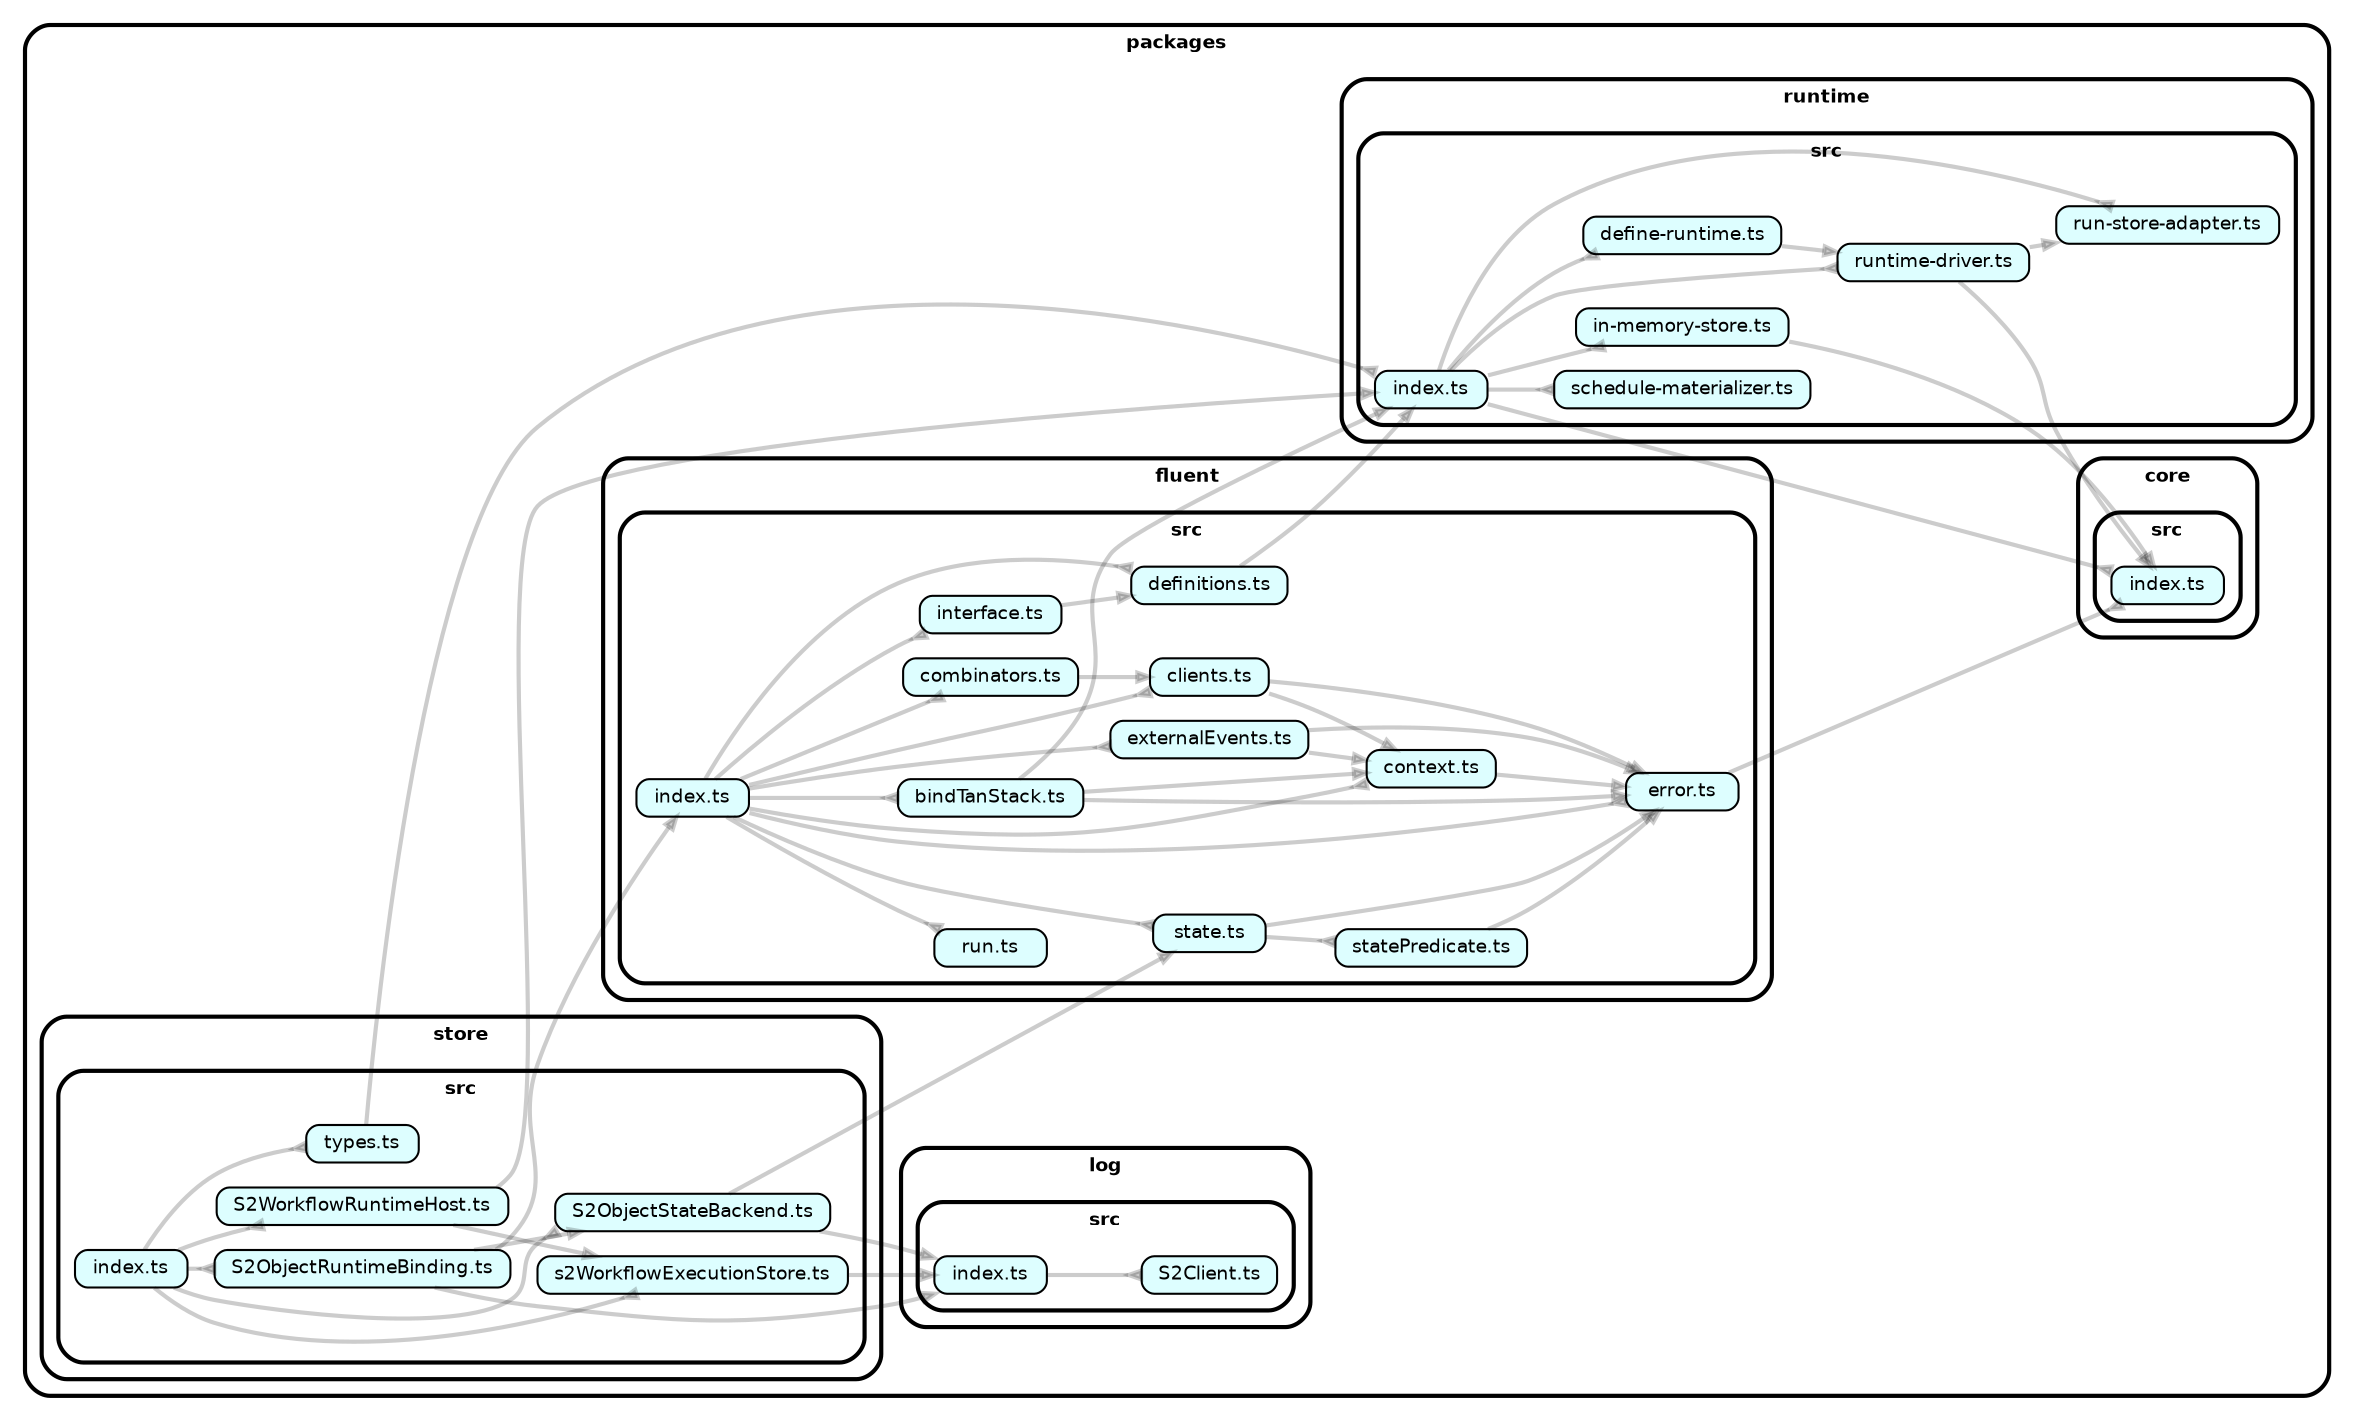
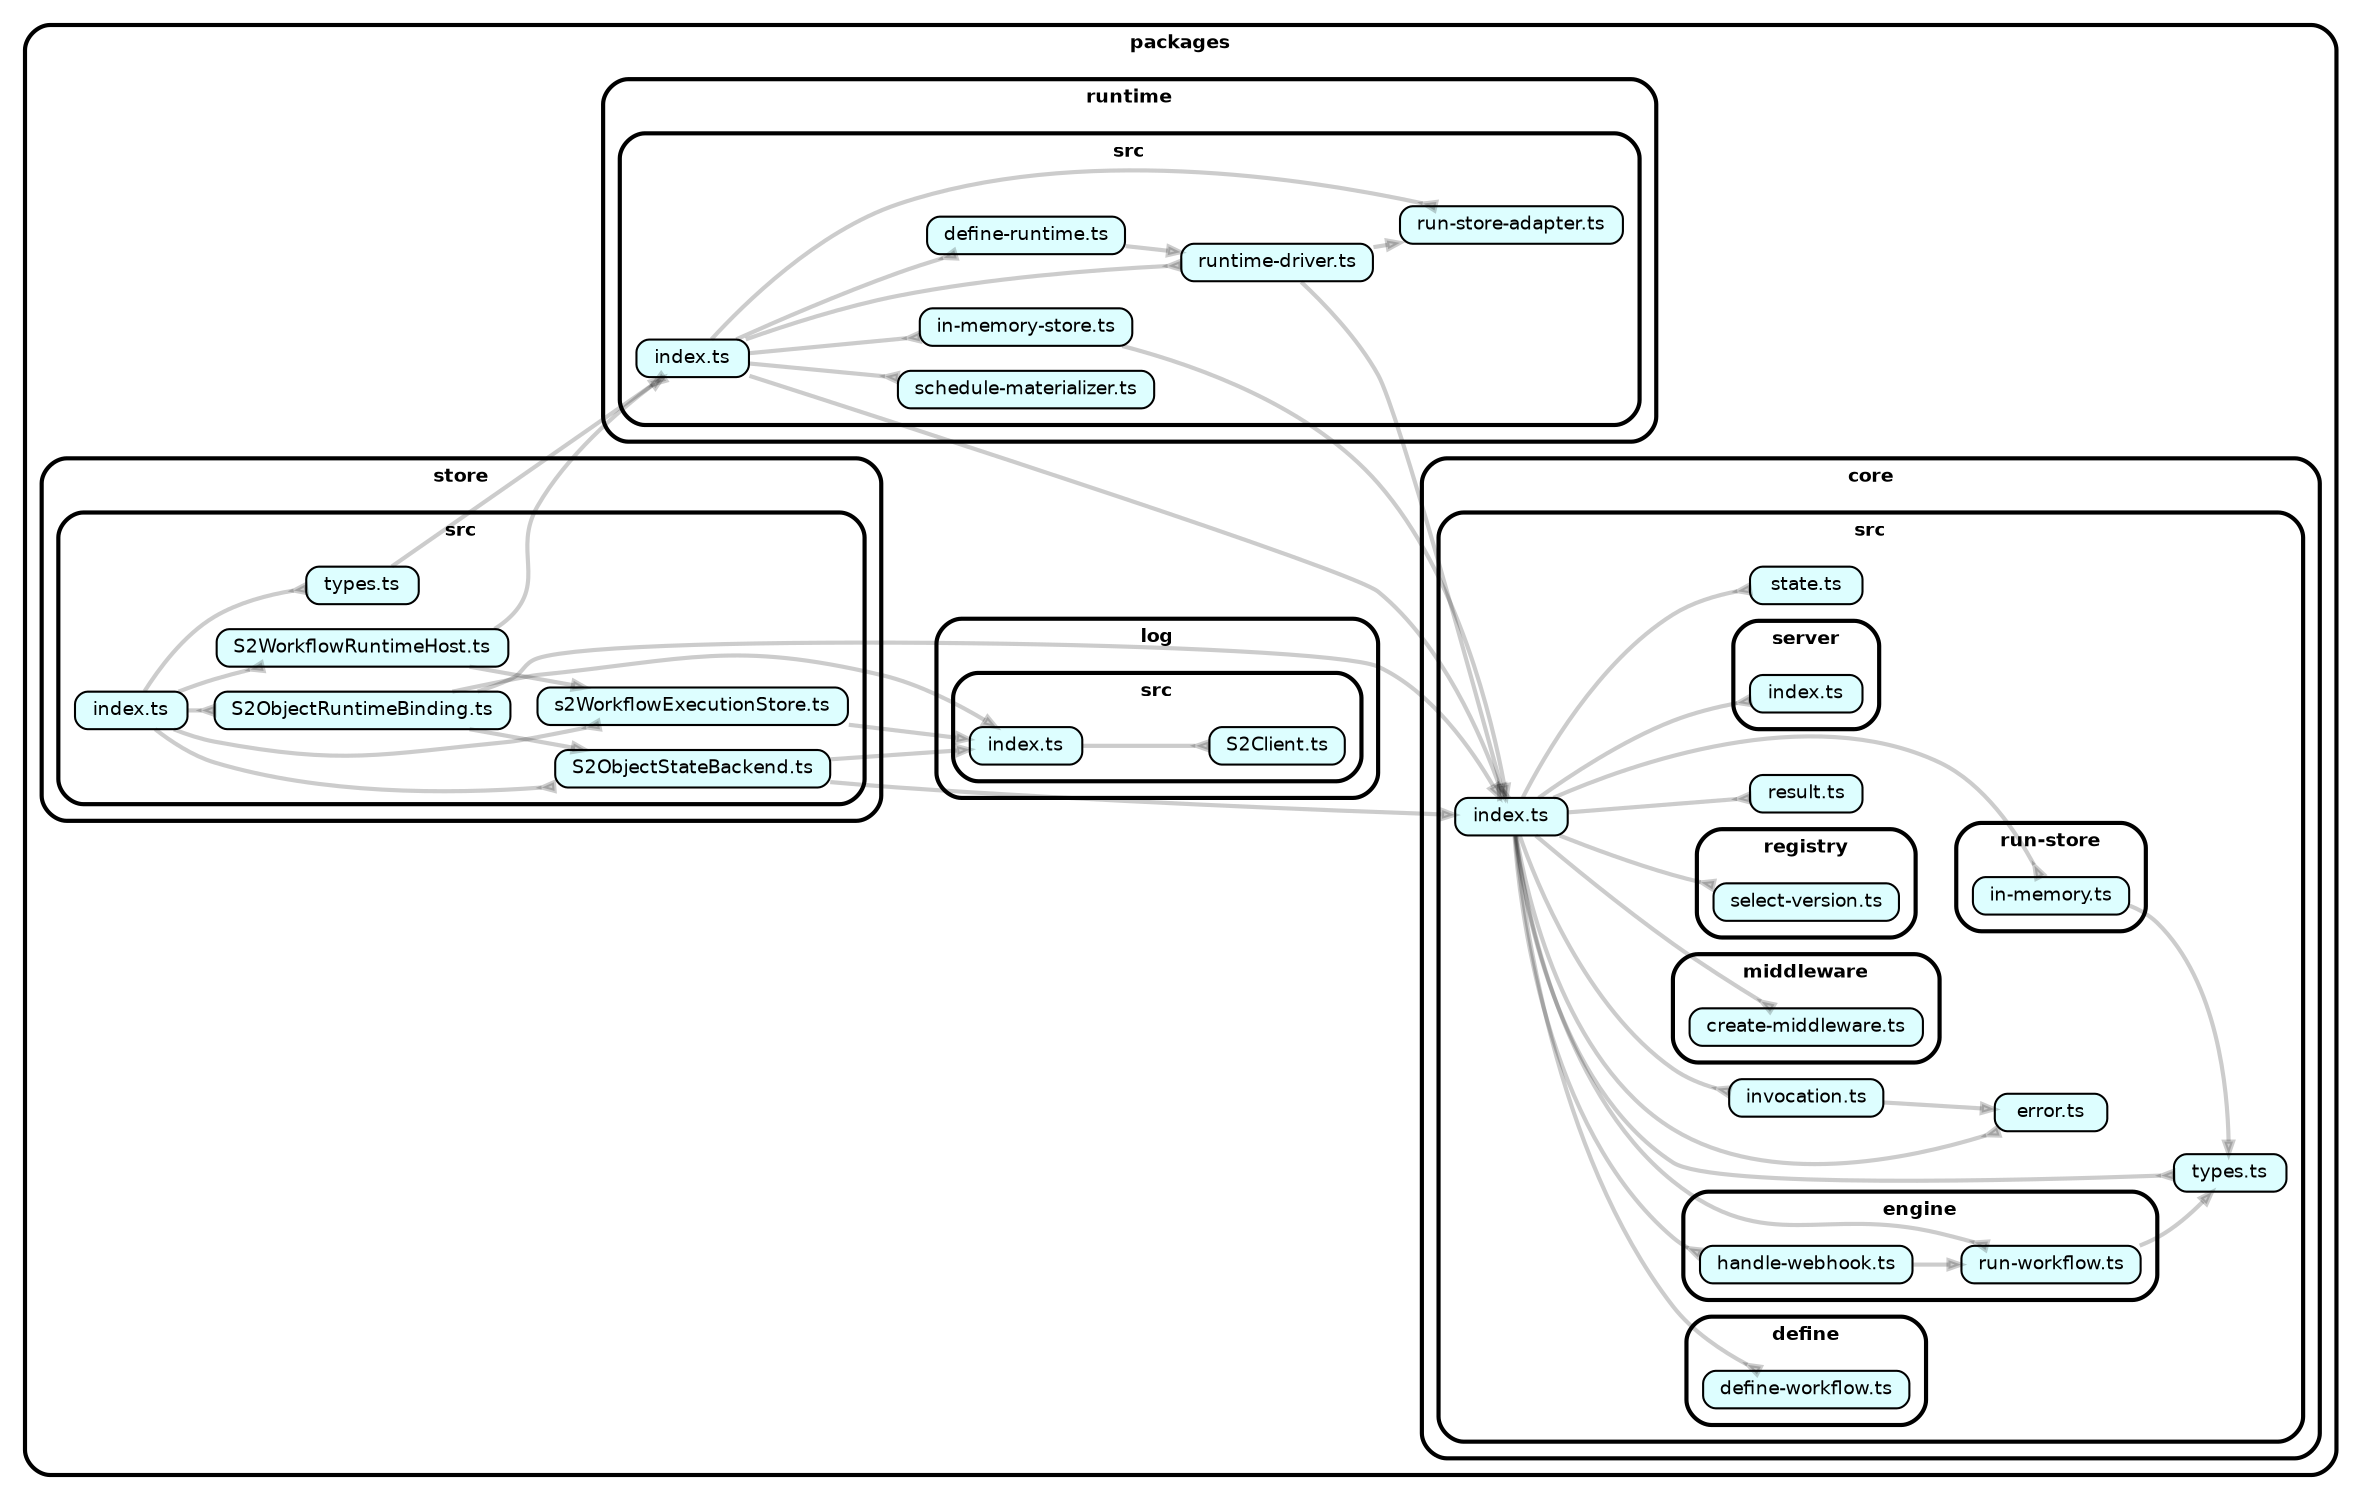
strict digraph "dependency-cruiser output"{
    rankdir="LR" splines="true" overlap="false" nodesep="0.16" ranksep="0.18" fontname="Helvetica-bold" fontsize="9" style="rounded,bold,filled" fillcolor="#ffffff" compound="true"
    node [shape="box" style="rounded, filled" height="0.2" color="black" fillcolor="#ffffcc" fontcolor="black" fontname="Helvetica" fontsize="9"]
    edge [arrowhead="normal" arrowsize="0.6" penwidth="2.0" color="#00000033" fontname="Helvetica" fontsize="9"]

+     subgraph "cluster_packages" {label="packages" subgraph "cluster_packages/core" {label="core" subgraph "cluster_packages/core/src" {label="src" subgraph "cluster_packages/core/src/define" {label="define" "packages/core/src/define/define-workflow.ts" [label=<define-workflow.ts> tooltip="define-workflow.ts" URL="packages/core/src/define/define-workflow.ts" fillcolor="#ddfeff"] } } } }
+     subgraph "cluster_packages" {label="packages" subgraph "cluster_packages/core" {label="core" subgraph "cluster_packages/core/src" {label="src" subgraph "cluster_packages/core/src/engine" {label="engine" "packages/core/src/engine/handle-webhook.ts" [label=<handle-webhook.ts> tooltip="handle-webhook.ts" URL="packages/core/src/engine/handle-webhook.ts" fillcolor="#ddfeff"] } } } }
+     "packages/core/src/engine/handle-webhook.ts" -> "packages/core/src/engine/run-workflow.ts"
+     subgraph "cluster_packages" {label="packages" subgraph "cluster_packages/core" {label="core" subgraph "cluster_packages/core/src" {label="src" subgraph "cluster_packages/core/src/engine" {label="engine" "packages/core/src/engine/run-workflow.ts" [label=<run-workflow.ts> tooltip="run-workflow.ts" URL="packages/core/src/engine/run-workflow.ts" fillcolor="#ddfeff"] } } } }
+     "packages/core/src/engine/run-workflow.ts" -> "packages/core/src/types.ts"
+     subgraph "cluster_packages" {label="packages" subgraph "cluster_packages/core" {label="core" subgraph "cluster_packages/core/src" {label="src" "packages/core/src/error.ts" [label=<error.ts> tooltip="error.ts" URL="packages/core/src/error.ts" fillcolor="#ddfeff"] } } }
    subgraph "cluster_packages" {label="packages" subgraph "cluster_packages/core" {label="core" subgraph "cluster_packages/core/src" {label="src" "packages/core/src/index.ts" [label=<index.ts> tooltip="index.ts" URL="packages/core/src/index.ts" fillcolor="#ddfeff"] } } }
-     subgraph "cluster_packages" {label="packages" subgraph "cluster_packages/fluent" {label="fluent" subgraph "cluster_packages/fluent/src" {label="src" "packages/fluent/src/bindTanStack.ts" [label=<bindTanStack.ts> tooltip="bindTanStack.ts" URL="packages/fluent/src/bindTanStack.ts" fillcolor="#ddfeff"] } } }
-     "packages/fluent/src/bindTanStack.ts" -> "packages/fluent/src/context.ts"
-     "packages/fluent/src/bindTanStack.ts" -> "packages/fluent/src/error.ts"
-     "packages/fluent/src/bindTanStack.ts" -> "packages/runtime/src/index.ts"
-     subgraph "cluster_packages" {label="packages" subgraph "cluster_packages/fluent" {label="fluent" subgraph "cluster_packages/fluent/src" {label="src" "packages/fluent/src/clients.ts" [label=<clients.ts> tooltip="clients.ts" URL="packages/fluent/src/clients.ts" fillcolor="#ddfeff"] } } }
-     "packages/fluent/src/clients.ts" -> "packages/fluent/src/context.ts"
-     "packages/fluent/src/clients.ts" -> "packages/fluent/src/error.ts"
-     subgraph "cluster_packages" {label="packages" subgraph "cluster_packages/fluent" {label="fluent" subgraph "cluster_packages/fluent/src" {label="src" "packages/fluent/src/combinators.ts" [label=<combinators.ts> tooltip="combinators.ts" URL="packages/fluent/src/combinators.ts" fillcolor="#ddfeff"] } } }
-     "packages/fluent/src/combinators.ts" -> "packages/fluent/src/clients.ts"
-     subgraph "cluster_packages" {label="packages" subgraph "cluster_packages/fluent" {label="fluent" subgraph "cluster_packages/fluent/src" {label="src" "packages/fluent/src/context.ts" [label=<context.ts> tooltip="context.ts" URL="packages/fluent/src/context.ts" fillcolor="#ddfeff"] } } }
-     "packages/fluent/src/context.ts" -> "packages/fluent/src/error.ts"
-     subgraph "cluster_packages" {label="packages" subgraph "cluster_packages/fluent" {label="fluent" subgraph "cluster_packages/fluent/src" {label="src" "packages/fluent/src/definitions.ts" [label=<definitions.ts> tooltip="definitions.ts" URL="packages/fluent/src/definitions.ts" fillcolor="#ddfeff"] } } }
-     "packages/fluent/src/definitions.ts" -> "packages/runtime/src/index.ts"
-     subgraph "cluster_packages" {label="packages" subgraph "cluster_packages/fluent" {label="fluent" subgraph "cluster_packages/fluent/src" {label="src" "packages/fluent/src/error.ts" [label=<error.ts> tooltip="error.ts" URL="packages/fluent/src/error.ts" fillcolor="#ddfeff"] } } }
-     "packages/fluent/src/error.ts" -> "packages/core/src/index.ts" [arrowhead="inv"]
-     subgraph "cluster_packages" {label="packages" subgraph "cluster_packages/fluent" {label="fluent" subgraph "cluster_packages/fluent/src" {label="src" "packages/fluent/src/externalEvents.ts" [label=<externalEvents.ts> tooltip="externalEvents.ts" URL="packages/fluent/src/externalEvents.ts" fillcolor="#ddfeff"] } } }
-     "packages/fluent/src/externalEvents.ts" -> "packages/fluent/src/context.ts"
-     "packages/fluent/src/externalEvents.ts" -> "packages/fluent/src/error.ts"
-     subgraph "cluster_packages" {label="packages" subgraph "cluster_packages/fluent" {label="fluent" subgraph "cluster_packages/fluent/src" {label="src" "packages/fluent/src/index.ts" [label=<index.ts> tooltip="index.ts" URL="packages/fluent/src/index.ts" fillcolor="#ddfeff"] } } }
-     "packages/fluent/src/index.ts" -> "packages/fluent/src/bindTanStack.ts" [arrowhead="inv"]
-     "packages/fluent/src/index.ts" -> "packages/fluent/src/clients.ts" [arrowhead="inv"]
-     "packages/fluent/src/index.ts" -> "packages/fluent/src/combinators.ts" [arrowhead="inv"]
-     "packages/fluent/src/index.ts" -> "packages/fluent/src/context.ts" [arrowhead="inv"]
-     "packages/fluent/src/index.ts" -> "packages/fluent/src/definitions.ts" [arrowhead="inv"]
-     "packages/fluent/src/index.ts" -> "packages/fluent/src/error.ts" [arrowhead="inv"]
-     "packages/fluent/src/index.ts" -> "packages/fluent/src/externalEvents.ts" [arrowhead="inv"]
-     "packages/fluent/src/index.ts" -> "packages/fluent/src/interface.ts" [arrowhead="inv"]
-     "packages/fluent/src/index.ts" -> "packages/fluent/src/run.ts" [arrowhead="inv"]
-     "packages/fluent/src/index.ts" -> "packages/fluent/src/state.ts" [arrowhead="inv"]
-     subgraph "cluster_packages" {label="packages" subgraph "cluster_packages/fluent" {label="fluent" subgraph "cluster_packages/fluent/src" {label="src" "packages/fluent/src/interface.ts" [label=<interface.ts> tooltip="interface.ts" URL="packages/fluent/src/interface.ts" fillcolor="#ddfeff"] } } }
-     "packages/fluent/src/interface.ts" -> "packages/fluent/src/definitions.ts"
-     subgraph "cluster_packages" {label="packages" subgraph "cluster_packages/fluent" {label="fluent" subgraph "cluster_packages/fluent/src" {label="src" "packages/fluent/src/run.ts" [label=<run.ts> tooltip="run.ts" URL="packages/fluent/src/run.ts" fillcolor="#ddfeff"] } } }
-     subgraph "cluster_packages" {label="packages" subgraph "cluster_packages/fluent" {label="fluent" subgraph "cluster_packages/fluent/src" {label="src" "packages/fluent/src/state.ts" [label=<state.ts> tooltip="state.ts" URL="packages/fluent/src/state.ts" fillcolor="#ddfeff"] } } }
-     "packages/fluent/src/state.ts" -> "packages/fluent/src/error.ts"
-     "packages/fluent/src/state.ts" -> "packages/fluent/src/statePredicate.ts" [arrowhead="inv"]
-     subgraph "cluster_packages" {label="packages" subgraph "cluster_packages/fluent" {label="fluent" subgraph "cluster_packages/fluent/src" {label="src" "packages/fluent/src/statePredicate.ts" [label=<statePredicate.ts> tooltip="statePredicate.ts" URL="packages/fluent/src/statePredicate.ts" fillcolor="#ddfeff"] } } }
-     "packages/fluent/src/statePredicate.ts" -> "packages/fluent/src/error.ts"
+     "packages/core/src/index.ts" -> "packages/core/src/define/define-workflow.ts" [arrowhead="inv"]
+     "packages/core/src/index.ts" -> "packages/core/src/engine/handle-webhook.ts" [arrowhead="inv"]
+     "packages/core/src/index.ts" -> "packages/core/src/engine/run-workflow.ts" [arrowhead="inv"]
+     "packages/core/src/index.ts" -> "packages/core/src/error.ts" [arrowhead="inv"]
+     "packages/core/src/index.ts" -> "packages/core/src/invocation.ts" [arrowhead="inv"]
+     "packages/core/src/index.ts" -> "packages/core/src/middleware/create-middleware.ts" [arrowhead="inv"]
+     "packages/core/src/index.ts" -> "packages/core/src/registry/select-version.ts" [arrowhead="inv"]
+     "packages/core/src/index.ts" -> "packages/core/src/result.ts" [arrowhead="inv"]
+     "packages/core/src/index.ts" -> "packages/core/src/run-store/in-memory.ts" [arrowhead="inv"]
+     "packages/core/src/index.ts" -> "packages/core/src/server/index.ts" [arrowhead="inv"]
+     "packages/core/src/index.ts" -> "packages/core/src/state.ts" [arrowhead="inv"]
+     "packages/core/src/index.ts" -> "packages/core/src/types.ts" [arrowhead="inv"]
+     subgraph "cluster_packages" {label="packages" subgraph "cluster_packages/core" {label="core" subgraph "cluster_packages/core/src" {label="src" "packages/core/src/invocation.ts" [label=<invocation.ts> tooltip="invocation.ts" URL="packages/core/src/invocation.ts" fillcolor="#ddfeff"] } } }
+     "packages/core/src/invocation.ts" -> "packages/core/src/error.ts"
+     subgraph "cluster_packages" {label="packages" subgraph "cluster_packages/core" {label="core" subgraph "cluster_packages/core/src" {label="src" subgraph "cluster_packages/core/src/middleware" {label="middleware" "packages/core/src/middleware/create-middleware.ts" [label=<create-middleware.ts> tooltip="create-middleware.ts" URL="packages/core/src/middleware/create-middleware.ts" fillcolor="#ddfeff"] } } } }
+     subgraph "cluster_packages" {label="packages" subgraph "cluster_packages/core" {label="core" subgraph "cluster_packages/core/src" {label="src" subgraph "cluster_packages/core/src/registry" {label="registry" "packages/core/src/registry/select-version.ts" [label=<select-version.ts> tooltip="select-version.ts" URL="packages/core/src/registry/select-version.ts" fillcolor="#ddfeff"] } } } }
+     subgraph "cluster_packages" {label="packages" subgraph "cluster_packages/core" {label="core" subgraph "cluster_packages/core/src" {label="src" "packages/core/src/result.ts" [label=<result.ts> tooltip="result.ts" URL="packages/core/src/result.ts" fillcolor="#ddfeff"] } } }
+     subgraph "cluster_packages" {label="packages" subgraph "cluster_packages/core" {label="core" subgraph "cluster_packages/core/src" {label="src" subgraph "cluster_packages/core/src/run-store" {label="run-store" "packages/core/src/run-store/in-memory.ts" [label=<in-memory.ts> tooltip="in-memory.ts" URL="packages/core/src/run-store/in-memory.ts" fillcolor="#ddfeff"] } } } }
+     "packages/core/src/run-store/in-memory.ts" -> "packages/core/src/types.ts"
+     subgraph "cluster_packages" {label="packages" subgraph "cluster_packages/core" {label="core" subgraph "cluster_packages/core/src" {label="src" subgraph "cluster_packages/core/src/server" {label="server" "packages/core/src/server/index.ts" [label=<index.ts> tooltip="index.ts" URL="packages/core/src/server/index.ts" fillcolor="#ddfeff"] } } } }
+     subgraph "cluster_packages" {label="packages" subgraph "cluster_packages/core" {label="core" subgraph "cluster_packages/core/src" {label="src" "packages/core/src/state.ts" [label=<state.ts> tooltip="state.ts" URL="packages/core/src/state.ts" fillcolor="#ddfeff"] } } }
+     subgraph "cluster_packages" {label="packages" subgraph "cluster_packages/core" {label="core" subgraph "cluster_packages/core/src" {label="src" "packages/core/src/types.ts" [label=<types.ts> tooltip="types.ts" URL="packages/core/src/types.ts" fillcolor="#ddfeff"] } } }
    subgraph "cluster_packages" {label="packages" subgraph "cluster_packages/log" {label="log" subgraph "cluster_packages/log/src" {label="src" "packages/log/src/S2Client.ts" [label=<S2Client.ts> tooltip="S2Client.ts" URL="packages/log/src/S2Client.ts" fillcolor="#ddfeff"] } } }
    subgraph "cluster_packages" {label="packages" subgraph "cluster_packages/log" {label="log" subgraph "cluster_packages/log/src" {label="src" "packages/log/src/index.ts" [label=<index.ts> tooltip="index.ts" URL="packages/log/src/index.ts" fillcolor="#ddfeff"] } } }
    "packages/log/src/index.ts" -> "packages/log/src/S2Client.ts" [arrowhead="inv"]
    subgraph "cluster_packages" {label="packages" subgraph "cluster_packages/runtime" {label="runtime" subgraph "cluster_packages/runtime/src" {label="src" "packages/runtime/src/define-runtime.ts" [label=<define-runtime.ts> tooltip="define-runtime.ts" URL="packages/runtime/src/define-runtime.ts" fillcolor="#ddfeff"] } } }
    "packages/runtime/src/define-runtime.ts" -> "packages/runtime/src/runtime-driver.ts"
    subgraph "cluster_packages" {label="packages" subgraph "cluster_packages/runtime" {label="runtime" subgraph "cluster_packages/runtime/src" {label="src" "packages/runtime/src/in-memory-store.ts" [label=<in-memory-store.ts> tooltip="in-memory-store.ts" URL="packages/runtime/src/in-memory-store.ts" fillcolor="#ddfeff"] } } }
    "packages/runtime/src/in-memory-store.ts" -> "packages/core/src/index.ts"
    subgraph "cluster_packages" {label="packages" subgraph "cluster_packages/runtime" {label="runtime" subgraph "cluster_packages/runtime/src" {label="src" "packages/runtime/src/index.ts" [label=<index.ts> tooltip="index.ts" URL="packages/runtime/src/index.ts" fillcolor="#ddfeff"] } } }
    "packages/runtime/src/index.ts" -> "packages/runtime/src/define-runtime.ts" [arrowhead="inv"]
    "packages/runtime/src/index.ts" -> "packages/runtime/src/in-memory-store.ts" [arrowhead="inv"]
    "packages/runtime/src/index.ts" -> "packages/runtime/src/run-store-adapter.ts" [arrowhead="inv"]
    "packages/runtime/src/index.ts" -> "packages/runtime/src/runtime-driver.ts" [arrowhead="inv"]
    "packages/runtime/src/index.ts" -> "packages/runtime/src/schedule-materializer.ts" [arrowhead="inv"]
    "packages/runtime/src/index.ts" -> "packages/core/src/index.ts" [arrowhead="inv"]
    subgraph "cluster_packages" {label="packages" subgraph "cluster_packages/runtime" {label="runtime" subgraph "cluster_packages/runtime/src" {label="src" "packages/runtime/src/run-store-adapter.ts" [label=<run-store-adapter.ts> tooltip="run-store-adapter.ts" URL="packages/runtime/src/run-store-adapter.ts" fillcolor="#ddfeff"] } } }
    subgraph "cluster_packages" {label="packages" subgraph "cluster_packages/runtime" {label="runtime" subgraph "cluster_packages/runtime/src" {label="src" "packages/runtime/src/runtime-driver.ts" [label=<runtime-driver.ts> tooltip="runtime-driver.ts" URL="packages/runtime/src/runtime-driver.ts" fillcolor="#ddfeff"] } } }
    "packages/runtime/src/runtime-driver.ts" -> "packages/runtime/src/run-store-adapter.ts"
    "packages/runtime/src/runtime-driver.ts" -> "packages/core/src/index.ts"
    subgraph "cluster_packages" {label="packages" subgraph "cluster_packages/runtime" {label="runtime" subgraph "cluster_packages/runtime/src" {label="src" "packages/runtime/src/schedule-materializer.ts" [label=<schedule-materializer.ts> tooltip="schedule-materializer.ts" URL="packages/runtime/src/schedule-materializer.ts" fillcolor="#ddfeff"] } } }
    subgraph "cluster_packages" {label="packages" subgraph "cluster_packages/store" {label="store" subgraph "cluster_packages/store/src" {label="src" "packages/store/src/S2ObjectRuntimeBinding.ts" [label=<S2ObjectRuntimeBinding.ts> tooltip="S2ObjectRuntimeBinding.ts" URL="packages/store/src/S2ObjectRuntimeBinding.ts" fillcolor="#ddfeff"] } } }
    "packages/store/src/S2ObjectRuntimeBinding.ts" -> "packages/store/src/S2ObjectStateBackend.ts"
-     "packages/store/src/S2ObjectRuntimeBinding.ts" -> "packages/fluent/src/index.ts"
+     "packages/store/src/S2ObjectRuntimeBinding.ts" -> "packages/core/src/index.ts"
    "packages/store/src/S2ObjectRuntimeBinding.ts" -> "packages/log/src/index.ts"
    subgraph "cluster_packages" {label="packages" subgraph "cluster_packages/store" {label="store" subgraph "cluster_packages/store/src" {label="src" "packages/store/src/S2ObjectStateBackend.ts" [label=<S2ObjectStateBackend.ts> tooltip="S2ObjectStateBackend.ts" URL="packages/store/src/S2ObjectStateBackend.ts" fillcolor="#ddfeff"] } } }
-     "packages/store/src/S2ObjectStateBackend.ts" -> "packages/fluent/src/state.ts"
+     "packages/store/src/S2ObjectStateBackend.ts" -> "packages/core/src/index.ts"
    "packages/store/src/S2ObjectStateBackend.ts" -> "packages/log/src/index.ts"
    subgraph "cluster_packages" {label="packages" subgraph "cluster_packages/store" {label="store" subgraph "cluster_packages/store/src" {label="src" "packages/store/src/S2WorkflowRuntimeHost.ts" [label=<S2WorkflowRuntimeHost.ts> tooltip="S2WorkflowRuntimeHost.ts" URL="packages/store/src/S2WorkflowRuntimeHost.ts" fillcolor="#ddfeff"] } } }
    "packages/store/src/S2WorkflowRuntimeHost.ts" -> "packages/store/src/s2WorkflowExecutionStore.ts"
    "packages/store/src/S2WorkflowRuntimeHost.ts" -> "packages/runtime/src/index.ts"
    subgraph "cluster_packages" {label="packages" subgraph "cluster_packages/store" {label="store" subgraph "cluster_packages/store/src" {label="src" "packages/store/src/index.ts" [label=<index.ts> tooltip="index.ts" URL="packages/store/src/index.ts" fillcolor="#ddfeff"] } } }
    "packages/store/src/index.ts" -> "packages/store/src/S2ObjectRuntimeBinding.ts" [arrowhead="inv"]
    "packages/store/src/index.ts" -> "packages/store/src/S2ObjectStateBackend.ts" [arrowhead="inv"]
    "packages/store/src/index.ts" -> "packages/store/src/s2WorkflowExecutionStore.ts" [arrowhead="inv"]
    "packages/store/src/index.ts" -> "packages/store/src/S2WorkflowRuntimeHost.ts" [arrowhead="inv"]
    "packages/store/src/index.ts" -> "packages/store/src/types.ts" [arrowhead="inv"]
    subgraph "cluster_packages" {label="packages" subgraph "cluster_packages/store" {label="store" subgraph "cluster_packages/store/src" {label="src" "packages/store/src/s2WorkflowExecutionStore.ts" [label=<s2WorkflowExecutionStore.ts> tooltip="s2WorkflowExecutionStore.ts" URL="packages/store/src/s2WorkflowExecutionStore.ts" fillcolor="#ddfeff"] } } }
    "packages/store/src/s2WorkflowExecutionStore.ts" -> "packages/log/src/index.ts"
    subgraph "cluster_packages" {label="packages" subgraph "cluster_packages/store" {label="store" subgraph "cluster_packages/store/src" {label="src" "packages/store/src/types.ts" [label=<types.ts> tooltip="types.ts" URL="packages/store/src/types.ts" fillcolor="#ddfeff"] } } }
    "packages/store/src/types.ts" -> "packages/runtime/src/index.ts" [arrowhead="inv"]
}
